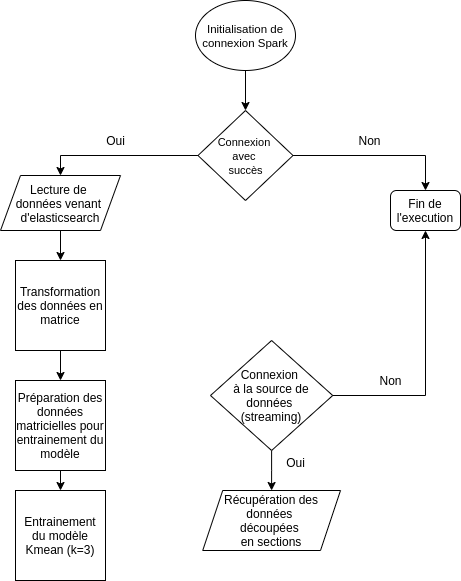
This is sdn ml.png from Herilala19/sdnimage, a draw.io export, as it was before one commit. Source tidied: cells renumbered, new cells last; positions are measured from the earlier drawing's top-left corner, leaving out a move shared by most shapes. Its diagram source:
```xml
<mxGraphModel>
  <root>
    <mxCell id="0" />
    <mxCell id="1" parent="0" />
    <mxCell id="2" style="edgeStyle=orthogonalEdgeStyle;rounded=0;jettySize=auto;html=1;exitX=0.5;exitY=1;exitDx=0;exitDy=0;entryX=0.5;entryY=0;entryDx=0;entryDy=0;" parent="1" edge="1" source="3" target="6">
      <mxGeometry relative="1" as="geometry" />
    </mxCell>
    <mxCell id="3" value="&lt;font style=&quot;font-size: 11.5px&quot;&gt;Initialisation de connexion Spark&lt;/font&gt;" style="ellipse;whiteSpace=wrap;html=1;" parent="1" vertex="1">
      <mxGeometry x="195" width="100" height="70" as="geometry" />
    </mxCell>
    <mxCell id="4" style="edgeStyle=orthogonalEdgeStyle;rounded=0;jettySize=auto;html=1;exitX=1;exitY=0.5;exitDx=0;exitDy=0;entryX=0.5;entryY=0;entryDx=0;entryDy=0;" parent="1" edge="1" source="6" target="7">
      <mxGeometry relative="1" as="geometry" />
    </mxCell>
    <mxCell id="5" style="edgeStyle=orthogonalEdgeStyle;rounded=0;jettySize=auto;html=1;exitX=0;exitY=0.5;exitDx=0;exitDy=0;entryX=0.5;entryY=0;entryDx=0;entryDy=0;" parent="1" edge="1" source="6" target="10">
      <mxGeometry relative="1" as="geometry" />
    </mxCell>
    <mxCell id="6" value="&lt;font style=&quot;font-size: 11px&quot;&gt;Connexion &lt;br&gt;avec &lt;br&gt;succès&lt;/font&gt;" style="rhombus;whiteSpace=wrap;html=1;" parent="1" vertex="1">
      <mxGeometry x="197.5" y="110" width="95" height="90" as="geometry" />
    </mxCell>
    <mxCell id="7" value="Fin de l'execution" style="rounded=1;whiteSpace=wrap;html=1;" parent="1" vertex="1">
      <mxGeometry x="390" y="190" width="70" height="40" as="geometry" />
    </mxCell>
    <mxCell id="8" value="Non" style="text;html=1;align=center;verticalAlign=middle;fillColor=none;strokeColor=none;rounded=0;" parent="1" vertex="1">
      <mxGeometry x="349" y="130" width="40" height="20" as="geometry" />
    </mxCell>
    <mxCell id="9" style="edgeStyle=orthogonalEdgeStyle;rounded=0;jettySize=auto;html=1;exitX=0.5;exitY=1;exitDx=0;exitDy=0;entryX=0.5;entryY=0;entryDx=0;entryDy=0;" parent="1" edge="1" source="10" target="13">
      <mxGeometry relative="1" as="geometry" />
    </mxCell>
    <mxCell id="10" value="Lecture de &lt;br&gt;données venant &lt;br&gt;d'elasticsearch" style="shape=parallelogram;perimeter=parallelogramPerimeter;whiteSpace=wrap;html=1;fixedSize=1;" parent="1" vertex="1">
      <mxGeometry y="175" width="120" height="55" as="geometry" />
    </mxCell>
    <mxCell id="11" value="Oui" style="text;html=1;align=center;verticalAlign=middle;fillColor=none;strokeColor=none;rounded=0;" parent="1" vertex="1">
      <mxGeometry x="100" y="130" width="30" height="20" as="geometry" />
    </mxCell>
    <mxCell id="12" style="edgeStyle=orthogonalEdgeStyle;rounded=0;jettySize=auto;html=1;exitX=0.5;exitY=1;exitDx=0;exitDy=0;entryX=0.5;entryY=0;entryDx=0;entryDy=0;" parent="1" edge="1" source="13" target="15">
      <mxGeometry relative="1" as="geometry" />
    </mxCell>
    <mxCell id="13" value="Transformation des données en matrice" style="whiteSpace=wrap;html=1;" parent="1" vertex="1">
      <mxGeometry x="15" y="260" width="90" height="90" as="geometry" />
    </mxCell>
    <mxCell id="14" style="edgeStyle=orthogonalEdgeStyle;rounded=0;jettySize=auto;html=1;exitX=0.5;exitY=1;exitDx=0;exitDy=0;entryX=0.5;entryY=0;entryDx=0;entryDy=0;" parent="1" edge="1" source="15" target="16">
      <mxGeometry relative="1" as="geometry" />
    </mxCell>
    <mxCell id="15" value="Préparation des données matricielles pour entrainement du modèle" style="whiteSpace=wrap;html=1;" parent="1" vertex="1">
      <mxGeometry x="15" y="380" width="90" height="90" as="geometry" />
    </mxCell>
    <mxCell id="16" value="Entrainement du modèle Kmean (k=3)" style="whiteSpace=wrap;html=1;" parent="1" vertex="1">
      <mxGeometry x="15" y="490" width="90" height="90" as="geometry" />
    </mxCell>
    <mxCell id="17" style="edgeStyle=orthogonalEdgeStyle;rounded=0;jettySize=auto;html=1;exitX=1;exitY=0.5;exitDx=0;exitDy=0;entryX=0.5;entryY=1;entryDx=0;entryDy=0;" parent="1" edge="1" source="19" target="7">
      <mxGeometry relative="1" as="geometry" />
    </mxCell>
    <mxCell id="18" style="edgeStyle=orthogonalEdgeStyle;rounded=0;jettySize=auto;html=1;exitX=0.5;exitY=1;exitDx=0;exitDy=0;" parent="1" edge="1" source="19" target="21">
      <mxGeometry relative="1" as="geometry" />
    </mxCell>
    <mxCell id="19" value="Connexion &lt;br&gt;à la source de données &lt;br&gt;(streaming)" style="rhombus;whiteSpace=wrap;html=1;" parent="1" vertex="1">
      <mxGeometry x="210" y="340" width="122.2" height="110" as="geometry" />
    </mxCell>
    <mxCell id="20" value="Non" style="text;html=1;align=center;verticalAlign=middle;fillColor=none;strokeColor=none;rounded=0;" parent="1" vertex="1">
      <mxGeometry x="370" y="370" width="40" height="20" as="geometry" />
    </mxCell>
    <mxCell id="21" value="Récupération des données &lt;br&gt;découpées &lt;br&gt;en sections" style="shape=parallelogram;perimeter=parallelogramPerimeter;whiteSpace=wrap;html=1;fixedSize=1;" parent="1" vertex="1">
      <mxGeometry x="202.2" y="490" width="137.8" height="60" as="geometry" />
    </mxCell>
    <mxCell id="22" value="Oui" style="text;html=1;align=center;verticalAlign=middle;fillColor=none;strokeColor=none;rounded=0;" parent="1" vertex="1">
      <mxGeometry x="280" y="452" width="30" height="20" as="geometry" />
    </mxCell>
  </root>
</mxGraphModel>
```
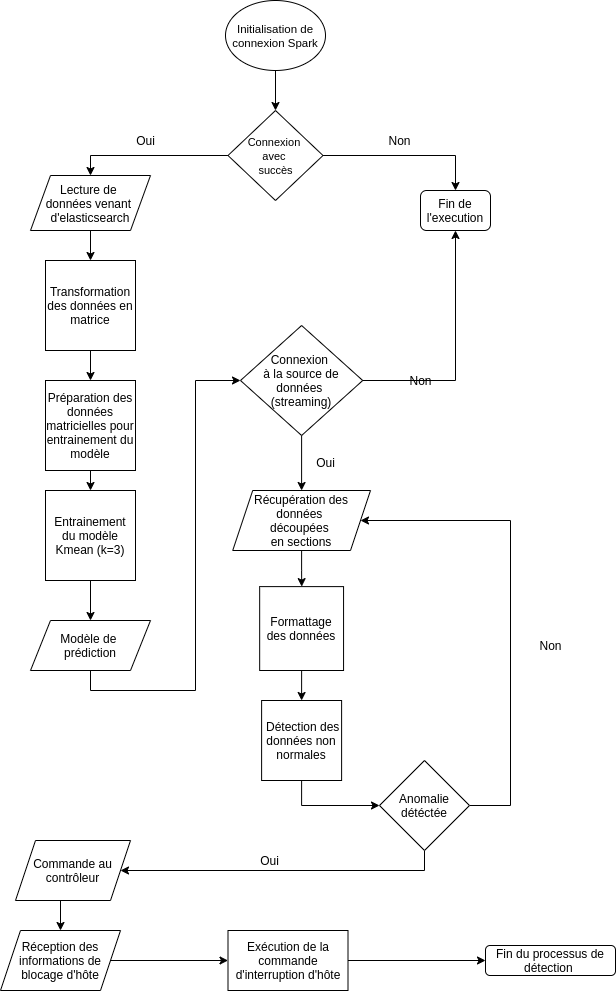
Later version of the same file.

Change to the diagram source:
```diff
@@ -44,6 +44,9 @@
     <mxCell id="15" value="Préparation des données matricielles pour entrainement du modèle" style="whiteSpace=wrap;html=1;" parent="1" vertex="1">
       <mxGeometry x="15" y="380" width="90" height="90" as="geometry" />
     </mxCell>
+    <mxCell id="23" style="edgeStyle=orthogonalEdgeStyle;rounded=0;jettySize=auto;html=1;exitX=0.5;exitY=1;exitDx=0;exitDy=0;entryX=0.5;entryY=0;entryDx=0;entryDy=0;" parent="1" edge="1" source="16" target="28">
+      <mxGeometry relative="1" as="geometry" />
+    </mxCell>
     <mxCell id="16" value="Entrainement du modèle Kmean (k=3)" style="whiteSpace=wrap;html=1;" parent="1" vertex="1">
       <mxGeometry x="15" y="490" width="90" height="90" as="geometry" />
     </mxCell>
@@ -54,16 +57,78 @@
       <mxGeometry relative="1" as="geometry" />
     </mxCell>
     <mxCell id="19" value="Connexion &lt;br&gt;à la source de données &lt;br&gt;(streaming)" style="rhombus;whiteSpace=wrap;html=1;" parent="1" vertex="1">
-      <mxGeometry x="210" y="340" width="122.2" height="110" as="geometry" />
+      <mxGeometry x="210" y="325" width="122.2" height="110" as="geometry" />
     </mxCell>
     <mxCell id="20" value="Non" style="text;html=1;align=center;verticalAlign=middle;fillColor=none;strokeColor=none;rounded=0;" parent="1" vertex="1">
       <mxGeometry x="370" y="370" width="40" height="20" as="geometry" />
     </mxCell>
+    <mxCell id="24" style="edgeStyle=orthogonalEdgeStyle;rounded=0;jettySize=auto;html=1;exitX=0.5;exitY=1;exitDx=0;exitDy=0;" parent="1" edge="1" source="21" target="26">
+      <mxGeometry relative="1" as="geometry" />
+    </mxCell>
     <mxCell id="21" value="Récupération des données &lt;br&gt;découpées &lt;br&gt;en sections" style="shape=parallelogram;perimeter=parallelogramPerimeter;whiteSpace=wrap;html=1;fixedSize=1;" parent="1" vertex="1">
       <mxGeometry x="202.2" y="490" width="137.8" height="60" as="geometry" />
     </mxCell>
     <mxCell id="22" value="Oui" style="text;html=1;align=center;verticalAlign=middle;fillColor=none;strokeColor=none;rounded=0;" parent="1" vertex="1">
       <mxGeometry x="280" y="452" width="30" height="20" as="geometry" />
     </mxCell>
+    <mxCell id="25" style="edgeStyle=orthogonalEdgeStyle;rounded=0;jettySize=auto;html=1;exitX=0.5;exitY=1;exitDx=0;exitDy=0;entryX=0.5;entryY=0;entryDx=0;entryDy=0;" parent="1" edge="1" source="26" target="30">
+      <mxGeometry relative="1" as="geometry" />
+    </mxCell>
+    <mxCell id="26" value="Formattage des données" style="whiteSpace=wrap;html=1;" parent="1" vertex="1">
+      <mxGeometry x="229.2" y="586.1" width="83.9" height="83.9" as="geometry" />
+    </mxCell>
+    <mxCell id="27" style="edgeStyle=orthogonalEdgeStyle;rounded=0;jettySize=auto;html=1;exitX=0.5;exitY=1;exitDx=0;exitDy=0;entryX=0;entryY=0.5;entryDx=0;entryDy=0;" parent="1" edge="1" source="28" target="19">
+      <mxGeometry relative="1" as="geometry" />
+    </mxCell>
+    <mxCell id="28" value="Modèle de &lt;br&gt;prédiction" style="shape=parallelogram;perimeter=parallelogramPerimeter;whiteSpace=wrap;html=1;fixedSize=1;" parent="1" vertex="1">
+      <mxGeometry y="620" width="120" height="50" as="geometry" />
+    </mxCell>
+    <mxCell id="29" style="edgeStyle=orthogonalEdgeStyle;rounded=0;jettySize=auto;html=1;exitX=0.5;exitY=1;exitDx=0;exitDy=0;entryX=0;entryY=0.5;entryDx=0;entryDy=0;" parent="1" edge="1" source="30" target="33">
+      <mxGeometry relative="1" as="geometry" />
+    </mxCell>
+    <mxCell id="30" value="&amp;nbsp;Détection des données non normales" style="whiteSpace=wrap;html=1;" parent="1" vertex="1">
+      <mxGeometry x="231.1" y="700" width="80" height="80" as="geometry" />
+    </mxCell>
+    <mxCell id="31" style="edgeStyle=orthogonalEdgeStyle;rounded=0;jettySize=auto;html=1;exitX=1;exitY=0.5;exitDx=0;exitDy=0;entryX=1;entryY=0.5;entryDx=0;entryDy=0;" parent="1" edge="1" source="33" target="21">
+      <mxGeometry relative="1" as="geometry">
+        <Array as="points">
+          <mxPoint x="480" y="805" />
+          <mxPoint x="480" y="520" />
+        </Array>
+      </mxGeometry>
+    </mxCell>
+    <mxCell id="32" style="edgeStyle=orthogonalEdgeStyle;rounded=0;jettySize=auto;html=1;exitX=0.5;exitY=1;exitDx=0;exitDy=0;entryX=1;entryY=0.5;entryDx=0;entryDy=0;" parent="1" edge="1" source="33" target="36">
+      <mxGeometry relative="1" as="geometry" />
+    </mxCell>
+    <mxCell id="33" value="Anomalie détéctée" style="rhombus;whiteSpace=wrap;html=1;" parent="1" vertex="1">
+      <mxGeometry x="349" y="760" width="90" height="90" as="geometry" />
+    </mxCell>
+    <mxCell id="34" value="Non" style="text;html=1;align=center;verticalAlign=middle;fillColor=none;strokeColor=none;rounded=0;" parent="1" vertex="1">
+      <mxGeometry x="500" y="635" width="40" height="20" as="geometry" />
+    </mxCell>
+    <mxCell id="35" style="edgeStyle=orthogonalEdgeStyle;rounded=0;jettySize=auto;html=1;exitX=0.5;exitY=1;exitDx=0;exitDy=0;entryX=0.5;entryY=0;entryDx=0;entryDy=0;" parent="1" edge="1" source="36" target="39">
+      <mxGeometry relative="1" as="geometry" />
+    </mxCell>
+    <mxCell id="36" value="Commande au&lt;br&gt;contrôleur" style="shape=parallelogram;perimeter=parallelogramPerimeter;whiteSpace=wrap;html=1;fixedSize=1;" parent="1" vertex="1">
+      <mxGeometry x="-15" y="840" width="115" height="60" as="geometry" />
+    </mxCell>
+    <mxCell id="37" value="Oui" style="text;html=1;align=center;verticalAlign=middle;fillColor=none;strokeColor=none;rounded=0;" parent="1" vertex="1">
+      <mxGeometry x="224" y="850" width="30" height="20" as="geometry" />
+    </mxCell>
+    <mxCell id="38" style="edgeStyle=orthogonalEdgeStyle;rounded=0;jettySize=auto;html=1;exitX=1;exitY=0.5;exitDx=0;exitDy=0;entryX=0;entryY=0.5;entryDx=0;entryDy=0;" parent="1" edge="1" source="39" target="41">
+      <mxGeometry relative="1" as="geometry" />
+    </mxCell>
+    <mxCell id="39" value="Réception des informations de blocage d'hôte" style="shape=parallelogram;perimeter=parallelogramPerimeter;whiteSpace=wrap;html=1;fixedSize=1;" parent="1" vertex="1">
+      <mxGeometry x="-30" y="930" width="120" height="60" as="geometry" />
+    </mxCell>
+    <mxCell id="40" style="edgeStyle=orthogonalEdgeStyle;rounded=0;jettySize=auto;html=1;exitX=1;exitY=0.5;exitDx=0;exitDy=0;entryX=0;entryY=0.5;entryDx=0;entryDy=0;" parent="1" edge="1" source="41" target="42">
+      <mxGeometry relative="1" as="geometry" />
+    </mxCell>
+    <mxCell id="41" value="Exécution de la commande d'interruption d'hôte" style="rounded=0;whiteSpace=wrap;html=1;" parent="1" vertex="1">
+      <mxGeometry x="197.5" y="930" width="120" height="60" as="geometry" />
+    </mxCell>
+    <mxCell id="42" value="Fin du processus de détection&amp;nbsp;" style="rounded=1;whiteSpace=wrap;html=1;" parent="1" vertex="1">
+      <mxGeometry x="455" y="945" width="130" height="30" as="geometry" />
+    </mxCell>
   </root>
 </mxGraphModel>
```
